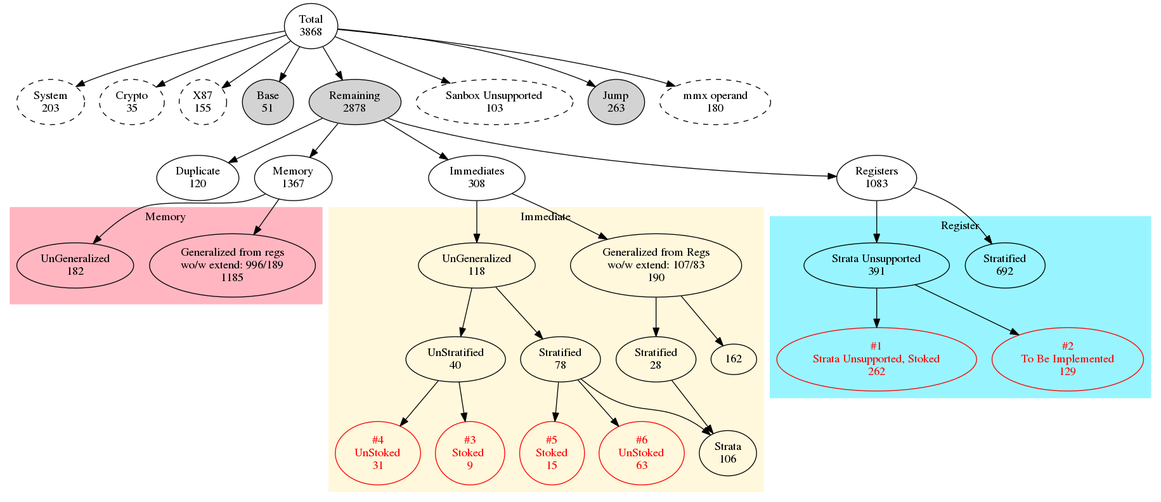
kframework/X86-64-semantics keeps this Graphviz diagram as x86-semantics/docs/reports/instruction_support_status.png. Above is the earlier version. Its source is kept beside it as x86-semantics/docs/reports/instruction_support_status.dot. The source it was exported from:
```dot
digraph instr_supprt {


  T [label="Total\n3868"]
    SYS         [style=dashed; label="System\n203"]
    CRYPTO      [style=dashed; label="Crypto\n35"]
    X87         [style=dashed; label="X87\n155"]
    BASE        [style=filled; label="Base\n51"]
    REM         [style=filled; label="Remaining\n2878"]
    US          [style=dashed; label="Sanbox Unsupported\n103"]
    JMP         [style=filled; label="Jump\n263"]
    MMX         [style=dashed; label="mmx operand\n180"]

  T -> SYS
  T -> CRYPTO
  T -> X87
  T -> US
  T -> BASE
  T -> REM
  T -> JMP
  T -> MMX

  {rank = same; T; }
  {rank = same; SYS; CRYPTO; X87; US; JMP; MMX;  }
  {rank = same; REM, BASE}

  /***************************************************/

  DUP      [label="Duplicate\n120"]
  MEM      [label="Memory\n1367"]
  IMMS [label="Immediates\n308"]
  REGS [label="Registers\n1083"]

  REM -> DUP
  REM -> MEM
  REM -> IMMS
  REM -> REGS
  {rank = same; DUP; MEM; IMMS; REGS;}

  /***************************************************/
  subgraph cluster_0 {
    label =  "Register"
    style=filled;
    color = cadetblue1;

    REGS_STRATA [label="Stratified\n692"]
    REGS_UNSTRATA [label="Strata Unsupported\n391"]
    REGS_UNSTRATA_STOKED [fontcolor=red; color=red; label="#1\nStrata Unsupported, Stoked\n262"]
    REGS_UGUSUS [fontcolor=red; color=red; label="#2\nTo Be Implemented\n129"]

    REGS -> REGS_STRATA
    REGS -> REGS_UNSTRATA
    REGS_UNSTRATA -> REGS_UNSTRATA_STOKED
    REGS_UNSTRATA -> REGS_UGUSUS

    {rank = same; REGS_STRATA; REGS_UNSTRATA; }
    {rank = same; REGS_UNSTRATA_STOKED; REGS_UGUSUS; }
  }
  /***************************************************/

  /***************************************************/
  subgraph cluster_1 {
    label =  "Memory"
    style=filled;
    color = lightpink;

    MEM_G [label="Generalized from regs\nwo/w extend: 996/189\n1185"]
    MEM_UG [label="UnGeneralized\n182"]

    MEM -> MEM_G
    MEM -> MEM_UG

    {rank = same; MEM_UG; MEM_G; }
  }
  /***************************************************/

 /***************************************************/
  subgraph cluster_2 {
    label =  "Immediate";
    style=filled;
    color = cornsilk;

    G [label="Generalized from Regs\nwo/w extend: 107/83\n190"]
    S1 [label="Stratified\n28"]
    S [label="Strata\n106"]
    UG [label="UnGeneralized\n118"]
    UGUS [label="UnStratified\n40"]
    S2 [label="Stratified\n78"]
    UGUSS [fontcolor=red; color=red; label="#3\nStoked \n9"]
    UGUSUS [fontcolor=red; color=red; label="#4\nUnStoked\n31"]
    S2_STOKED [fontcolor=red; color=red; label="#5\nStoked\n15"]
    S2_UNSTOKED [fontcolor=red; color=red; label="#6\nUnStoked\n63"]

    IMMS -> G
    IMMS -> UG

    G -> S1 -> S
    G -> 162
    UG -> S2 -> S
    UG -> UGUS -> UGUSS
    UGUS -> UGUSUS
    S2 -> S2_STOKED
    S2 -> S2_UNSTOKED

    {rank = same; IMMS; }
    {rank = same; G; UG; }
    {rank = same; S1; S2; UGUS }
    {rank = same; S; UGUSUS  }
    {rank = same; S2_STOKED;S2_UNSTOKED   }
  }
 /***************************************************/

 }
```
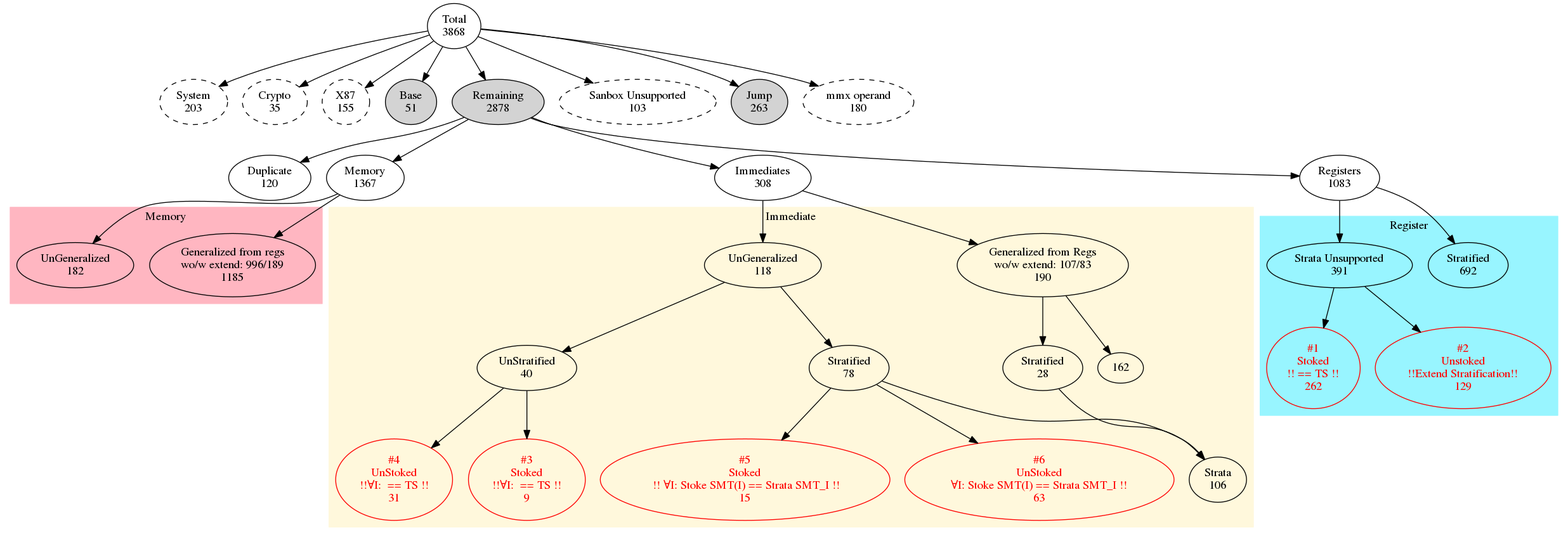
Above is the later version.

Commit message:
https://github.com/sdasgup3/binary-decompilation/issues/54:wip: updating reports

Diff of the diagram source:
```diff
@@ -45,8 +45,8 @@
 
     REGS_STRATA [label="Stratified\n692"]
     REGS_UNSTRATA [label="Strata Unsupported\n391"]
-    REGS_UNSTRATA_STOKED [fontcolor=red; color=red; label="#1\nStrata Unsupported, Stoked\n262"]
-    REGS_UGUSUS [fontcolor=red; color=red; label="#2\nTo Be Implemented\n129"]
+    REGS_UNSTRATA_STOKED [fontcolor=red; color=red; label="#1\nStoked\n!! == TS !!\n262"]
+    REGS_UGUSUS [fontcolor=red; color=red; label="#2\nUnstoked\n!!Extend Stratification!!\n129"]
 
     REGS -> REGS_STRATA
     REGS -> REGS_UNSTRATA
@@ -86,10 +86,10 @@
     UG [label="UnGeneralized\n118"]
     UGUS [label="UnStratified\n40"]
     S2 [label="Stratified\n78"]
-    UGUSS [fontcolor=red; color=red; label="#3\nStoked \n9"]
-    UGUSUS [fontcolor=red; color=red; label="#4\nUnStoked\n31"]
-    S2_STOKED [fontcolor=red; color=red; label="#5\nStoked\n15"]
-    S2_UNSTOKED [fontcolor=red; color=red; label="#6\nUnStoked\n63"]
+    UGUSS [fontcolor=red; color=red; label="#3\nStoked\n!!&#8704;I:  == TS !!\n9"]
+    UGUSUS [fontcolor=red; color=red; label="#4\nUnStoked\n!!&#8704;I:  == TS !!\n31"]
+    S2_STOKED [fontcolor=red; color=red; label="#5\nStoked\n !! &#8704;I: Stoke SMT(I) == Strata SMT_I !!\n15"]
+    S2_UNSTOKED [fontcolor=red; color=red; label="#6\nUnStoked\n&#8704;I: Stoke SMT(I) == Strata SMT_I !!\n63"]
 
     IMMS -> G
     IMMS -> UG
```
